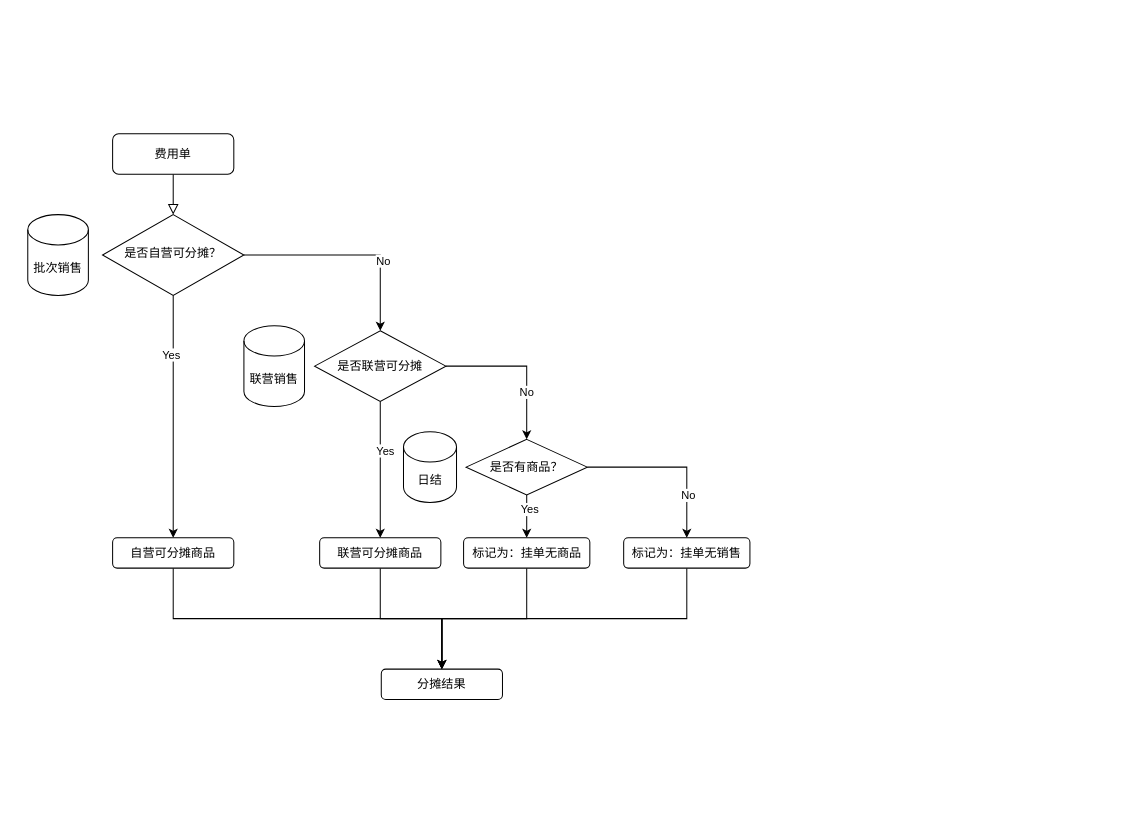
The draw.io diagram SKU分摊流程图.drawio in mountainguan/drawio_storage, before the edit. Source tidied: cells renumbered, new cells numbered last; positions are measured from the earlier drawing's top-left corner, leaving out a move shared by most shapes. Both pictures are drawn from the tidied source at 101%, with x=0, y=0 at pixel (27, 133).
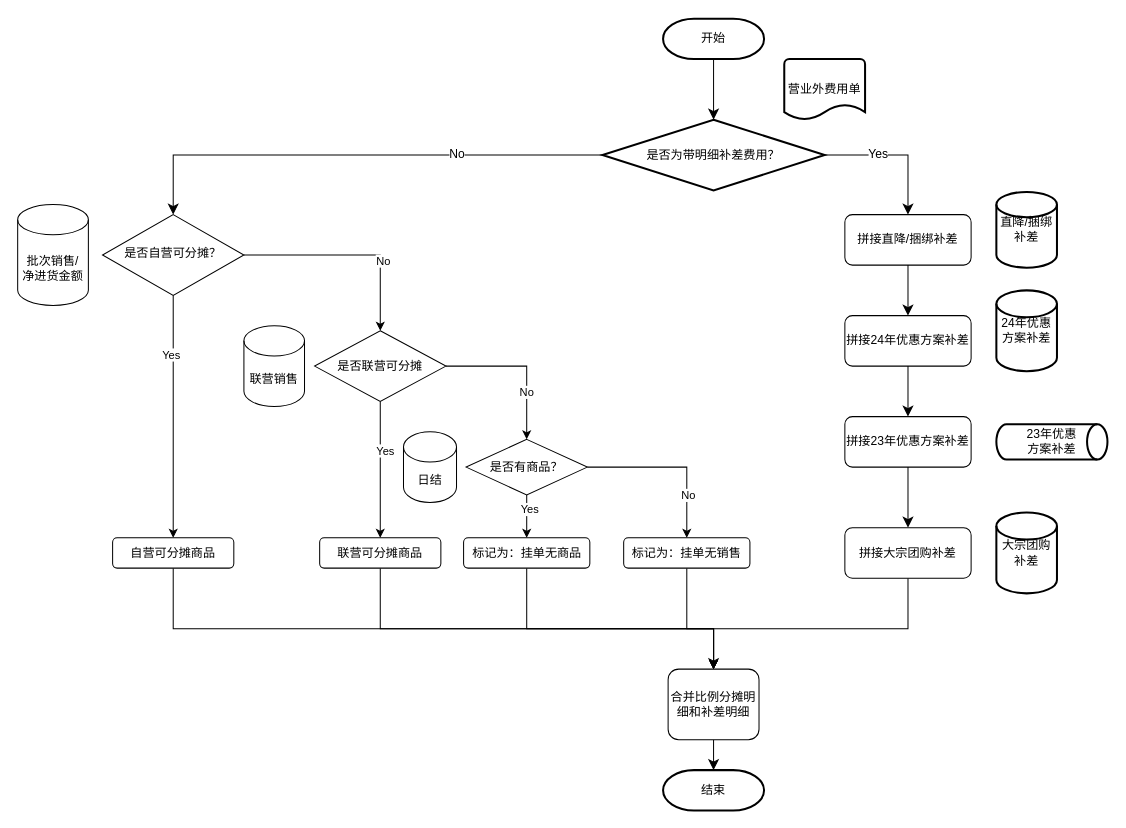
The same diagram, later.

Commit message:
更新SKU分摊流程图.drawio

Unchanged cells that the change refers to:
```xml
<mxCell id="8" value="是否自营可分摊？" style="rhombus;whiteSpace=wrap;html=1;shadow=0;fontFamily=Helvetica;fontSize=12;align=center;strokeWidth=1;spacing=6;spacingTop=-4;" parent="1" vertex="1">
  <mxGeometry x="74" y="80" width="140" height="80" as="geometry" />
</mxCell>
<mxCell id="10" value="自营可分摊商品" style="rounded=1;whiteSpace=wrap;html=1;" parent="1" vertex="1">
  <mxGeometry x="84" y="400" width="120" height="30" as="geometry" />
</mxCell>
<mxCell id="17" value="联营可分摊商品" style="rounded=1;whiteSpace=wrap;html=1;" parent="1" vertex="1">
  <mxGeometry x="289" y="400" width="120" height="30" as="geometry" />
</mxCell>
<mxCell id="24" value="标记为：挂单无商品" style="rounded=1;whiteSpace=wrap;html=1;" parent="1" vertex="1">
  <mxGeometry x="431.5" y="400" width="125" height="30" as="geometry" />
</mxCell>
<mxCell id="26" value="标记为：挂单无销售" style="rounded=1;whiteSpace=wrap;html=1;" parent="1" vertex="1">
  <mxGeometry x="590" y="400" width="125" height="30" as="geometry" />
</mxCell>
```

The edit, as a diff of the source:
```diff
@@
-    <mxCell id="2" style="rounded=0;html=1;jettySize=auto;fontSize=11;endArrow=block;endFill=0;endSize=8;strokeWidth=1;shadow=0;labelBackgroundColor=none;edgeStyle=orthogonalEdgeStyle;" parent="1" edge="1" source="3" target="8">
-      <mxGeometry relative="1" as="geometry" />
-    </mxCell>
-    <mxCell id="3" value="费用单" style="rounded=1;whiteSpace=wrap;html=1;fontSize=12;glass=0;strokeWidth=1;shadow=0;" parent="1" vertex="1">
-      <mxGeometry x="84" width="120" height="40" as="geometry" />
-    </mxCell>
@@
     <mxCell id="9" style="edgeStyle=orthogonalEdgeStyle;rounded=0;jettySize=auto;html=1;exitX=0.5;exitY=1;exitDx=0;exitDy=0;entryX=0.5;entryY=0;entryDx=0;entryDy=0;" parent="1" edge="1" source="10" target="27">
-      <mxGeometry relative="1" as="geometry" />
+      <mxGeometry relative="1" as="geometry">
+        <Array as="points">
+          <mxPoint x="144" y="490" />
+          <mxPoint x="679" y="490" />
+        </Array>
+      </mxGeometry>
     </mxCell>
@@
     <mxCell id="16" style="edgeStyle=orthogonalEdgeStyle;rounded=0;jettySize=auto;html=1;exitX=0.5;exitY=1;exitDx=0;exitDy=0;entryX=0.5;entryY=0;entryDx=0;entryDy=0;" parent="1" edge="1" source="17" target="27">
-      <mxGeometry relative="1" as="geometry" />
+      <mxGeometry relative="1" as="geometry">
+        <Array as="points">
+          <mxPoint x="349" y="490" />
+          <mxPoint x="679" y="490" />
+        </Array>
+      </mxGeometry>
     </mxCell>
@@
     <mxCell id="23" style="edgeStyle=orthogonalEdgeStyle;rounded=0;jettySize=auto;html=1;exitX=0.5;exitY=1;exitDx=0;exitDy=0;entryX=0.5;entryY=0;entryDx=0;entryDy=0;" parent="1" edge="1" source="24" target="27">
-      <mxGeometry relative="1" as="geometry" />
+      <mxGeometry relative="1" as="geometry">
+        <Array as="points">
+          <mxPoint x="494" y="490" />
+          <mxPoint x="679" y="490" />
+        </Array>
+      </mxGeometry>
     </mxCell>
@@
     <mxCell id="25" style="edgeStyle=orthogonalEdgeStyle;rounded=0;jettySize=auto;html=1;exitX=0.5;exitY=1;exitDx=0;exitDy=0;entryX=0.5;entryY=0;entryDx=0;entryDy=0;" parent="1" edge="1" source="26" target="27">
-      <mxGeometry relative="1" as="geometry" />
+      <mxGeometry relative="1" as="geometry">
+        <Array as="points">
+          <mxPoint x="653" y="490" />
+          <mxPoint x="679" y="490" />
+        </Array>
+      </mxGeometry>
     </mxCell>
@@
+    <mxCell id="31" style="edgeStyle=none;curved=1;rounded=0;jettySize=auto;html=1;exitX=0.5;exitY=1;exitDx=0;exitDy=0;fontSize=12;startSize=8;endSize=8;" parent="1" edge="1" source="27" target="52">
+      <mxGeometry relative="1" as="geometry" />
+    </mxCell>
-    <mxCell id="27" value="分摊结果" style="rounded=1;whiteSpace=wrap;html=1;" parent="1" vertex="1">
-      <mxGeometry x="350" y="530" width="120" height="30" as="geometry" />
+    <mxCell id="27" value="合并比例分摊明细和补差明细" style="rounded=1;whiteSpace=wrap;html=1;" parent="1" vertex="1">
+      <mxGeometry x="634" y="530" width="90" height="70" as="geometry" />
     </mxCell>
-    <mxCell id="28" value="批次销售" style="shape=cylinder3;whiteSpace=wrap;html=1;boundedLbl=1;backgroundOutline=1;size=15;" parent="1" vertex="1">
-      <mxGeometry y="80" width="60" height="80" as="geometry" />
+    <mxCell id="28" value="批次销售/&lt;br&gt;净进货金额" style="shape=cylinder3;whiteSpace=wrap;html=1;boundedLbl=1;backgroundOutline=1;size=15;" parent="1" vertex="1">
+      <mxGeometry x="-10" y="70" width="70" height="100" as="geometry" />
     </mxCell>
@@
+    <mxCell id="32" style="edgeStyle=none;curved=1;rounded=0;jettySize=auto;html=1;exitX=0.5;exitY=1;exitDx=0;exitDy=0;fontSize=12;startSize=8;endSize=8;" parent="1" edge="1" target="37">
+      <mxGeometry relative="1" as="geometry">
+        <mxPoint x="679" y="-74" as="sourcePoint" />
+      </mxGeometry>
+    </mxCell>
+    <mxCell id="33" style="edgeStyle=orthogonalEdgeStyle;rounded=0;jettySize=auto;html=1;exitX=1;exitY=0.5;exitDx=0;exitDy=0;exitPerimeter=0;fontSize=12;startSize=8;endSize=8;entryX=0.5;entryY=0;entryDx=0;entryDy=0;" parent="1" edge="1" source="37" target="39">
+      <mxGeometry relative="1" as="geometry" />
+    </mxCell>
+    <mxCell id="34" value="Yes" style="edgeLabel;html=1;align=center;verticalAlign=middle;fontSize=12;" parent="33" vertex="1">
+      <mxGeometry x="-0.27" y="2" relative="1" as="geometry" />
+    </mxCell>
+    <mxCell id="35" style="edgeStyle=orthogonalEdgeStyle;rounded=0;jettySize=auto;html=1;entryX=0.5;entryY=0;entryDx=0;entryDy=0;fontSize=12;startSize=8;endSize=8;" parent="1" edge="1" source="37" target="8">
+      <mxGeometry relative="1" as="geometry" />
+    </mxCell>
+    <mxCell id="36" value="No" style="edgeLabel;html=1;align=center;verticalAlign=middle;fontSize=12;" parent="35" vertex="1">
+      <mxGeometry x="-0.4" y="-2" relative="1" as="geometry" />
+    </mxCell>
+    <mxCell id="37" value="是否为带明细补差费用？" style="strokeWidth=2;html=1;shape=mxgraph.flowchart.decision;whiteSpace=wrap;" parent="1" vertex="1">
+      <mxGeometry x="569" y="-14" width="220" height="70" as="geometry" />
+    </mxCell>
+    <mxCell id="38" style="edgeStyle=none;curved=1;rounded=0;jettySize=auto;html=1;entryX=0.5;entryY=0;entryDx=0;entryDy=0;fontSize=12;startSize=8;endSize=8;" parent="1" edge="1" source="39" target="44">
+      <mxGeometry relative="1" as="geometry" />
+    </mxCell>
+    <mxCell id="39" value="拼接直降/捆绑补差" style="rounded=1;whiteSpace=wrap;html=1;" parent="1" vertex="1">
+      <mxGeometry x="809" y="80" width="125" height="50" as="geometry" />
+    </mxCell>
+    <mxCell id="40" value="23年优惠&lt;div&gt;方案补差&lt;/div&gt;" style="strokeWidth=2;html=1;shape=mxgraph.flowchart.direct_data;whiteSpace=wrap;" parent="1" vertex="1">
+      <mxGeometry x="959" y="287.5" width="110" height="35" as="geometry" />
+    </mxCell>
+    <mxCell id="41" value="24年优惠方案补差" style="strokeWidth=2;html=1;shape=mxgraph.flowchart.database;whiteSpace=wrap;" parent="1" vertex="1">
+      <mxGeometry x="959" y="155" width="60" height="80" as="geometry" />
+    </mxCell>
+    <mxCell id="42" value="大宗团购补差" style="strokeWidth=2;html=1;shape=mxgraph.flowchart.database;whiteSpace=wrap;" parent="1" vertex="1">
+      <mxGeometry x="959" y="375" width="60" height="80" as="geometry" />
+    </mxCell>
+    <mxCell id="43" style="edgeStyle=none;curved=1;rounded=0;jettySize=auto;html=1;fontSize=12;startSize=8;endSize=8;" parent="1" edge="1" source="44" target="46">
+      <mxGeometry relative="1" as="geometry" />
+    </mxCell>
+    <mxCell id="44" value="拼接24年优惠方案补差" style="rounded=1;whiteSpace=wrap;html=1;" parent="1" vertex="1">
+      <mxGeometry x="809" y="180" width="125" height="50" as="geometry" />
+    </mxCell>
+    <mxCell id="45" style="edgeStyle=none;curved=1;rounded=0;jettySize=auto;html=1;entryX=0.5;entryY=0;entryDx=0;entryDy=0;fontSize=12;startSize=8;endSize=8;" parent="1" edge="1" source="46" target="49">
+      <mxGeometry relative="1" as="geometry" />
+    </mxCell>
+    <mxCell id="46" value="拼接23年优惠方案补差" style="rounded=1;whiteSpace=wrap;html=1;" parent="1" vertex="1">
+      <mxGeometry x="809" y="280" width="125" height="50" as="geometry" />
+    </mxCell>
+    <mxCell id="47" value="直降/捆绑补差" style="strokeWidth=2;html=1;shape=mxgraph.flowchart.database;whiteSpace=wrap;" parent="1" vertex="1">
+      <mxGeometry x="959" y="57.5" width="60" height="75" as="geometry" />
+    </mxCell>
+    <mxCell id="48" style="edgeStyle=orthogonalEdgeStyle;rounded=0;jettySize=auto;html=1;exitX=0.5;exitY=1;exitDx=0;exitDy=0;entryX=0.5;entryY=0;entryDx=0;entryDy=0;fontSize=12;startSize=8;endSize=8;" parent="1" edge="1" source="49" target="27">
+      <mxGeometry relative="1" as="geometry">
+        <Array as="points">
+          <mxPoint x="872" y="490" />
+          <mxPoint x="679" y="490" />
+        </Array>
+      </mxGeometry>
+    </mxCell>
+    <mxCell id="49" value="拼接大宗团购补差" style="rounded=1;whiteSpace=wrap;html=1;" parent="1" vertex="1">
+      <mxGeometry x="809" y="390" width="125" height="50" as="geometry" />
+    </mxCell>
+    <mxCell id="50" value="营业外费用单" style="strokeWidth=2;html=1;shape=mxgraph.flowchart.document2;whiteSpace=wrap;size=0.25;" parent="1" vertex="1">
+      <mxGeometry x="749" y="-74" width="80" height="60" as="geometry" />
+    </mxCell>
+    <mxCell id="51" value="开始" style="strokeWidth=2;html=1;shape=mxgraph.flowchart.terminator;whiteSpace=wrap;" parent="1" vertex="1">
+      <mxGeometry x="629" y="-114" width="100" height="40" as="geometry" />
+    </mxCell>
+    <mxCell id="52" value="结束" style="strokeWidth=2;html=1;shape=mxgraph.flowchart.terminator;whiteSpace=wrap;" parent="1" vertex="1">
+      <mxGeometry x="629" y="630" width="100" height="40" as="geometry" />
+    </mxCell>
```
